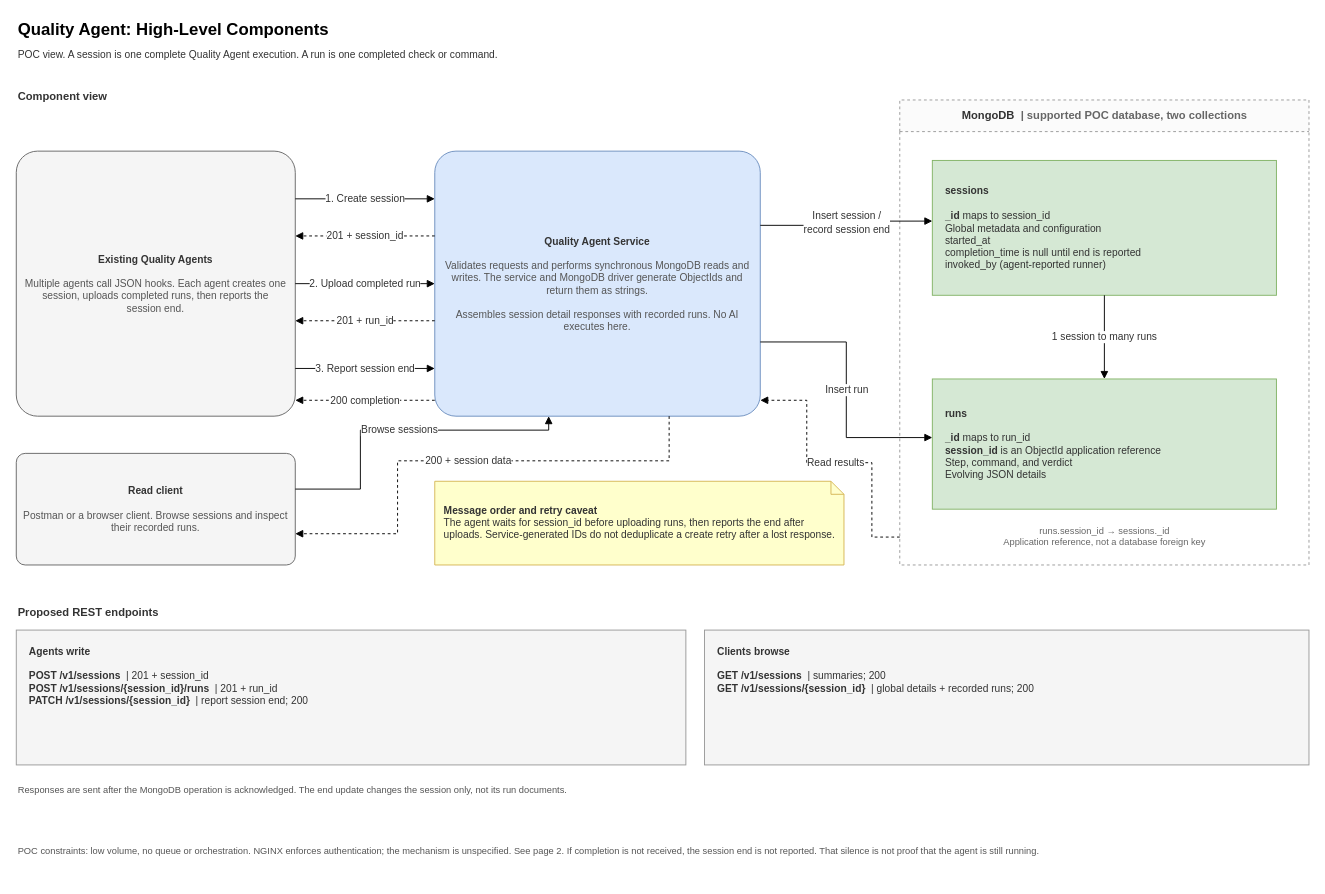
Earlier version of the draw.io diagram page "1. High-Level Components" (1 of 2) of docs/architecture/quality-agent-architecture.drawio (pradeep-ganesh-21/quality-agent-service). Source tidied: cells renumbered, new cells numbered last; positions are measured from the earlier drawing's top-left corner, leaving out a move shared by most shapes. Both pictures are drawn from the tidied source at 93%, with x=0, y=0 at pixel (16, 16).
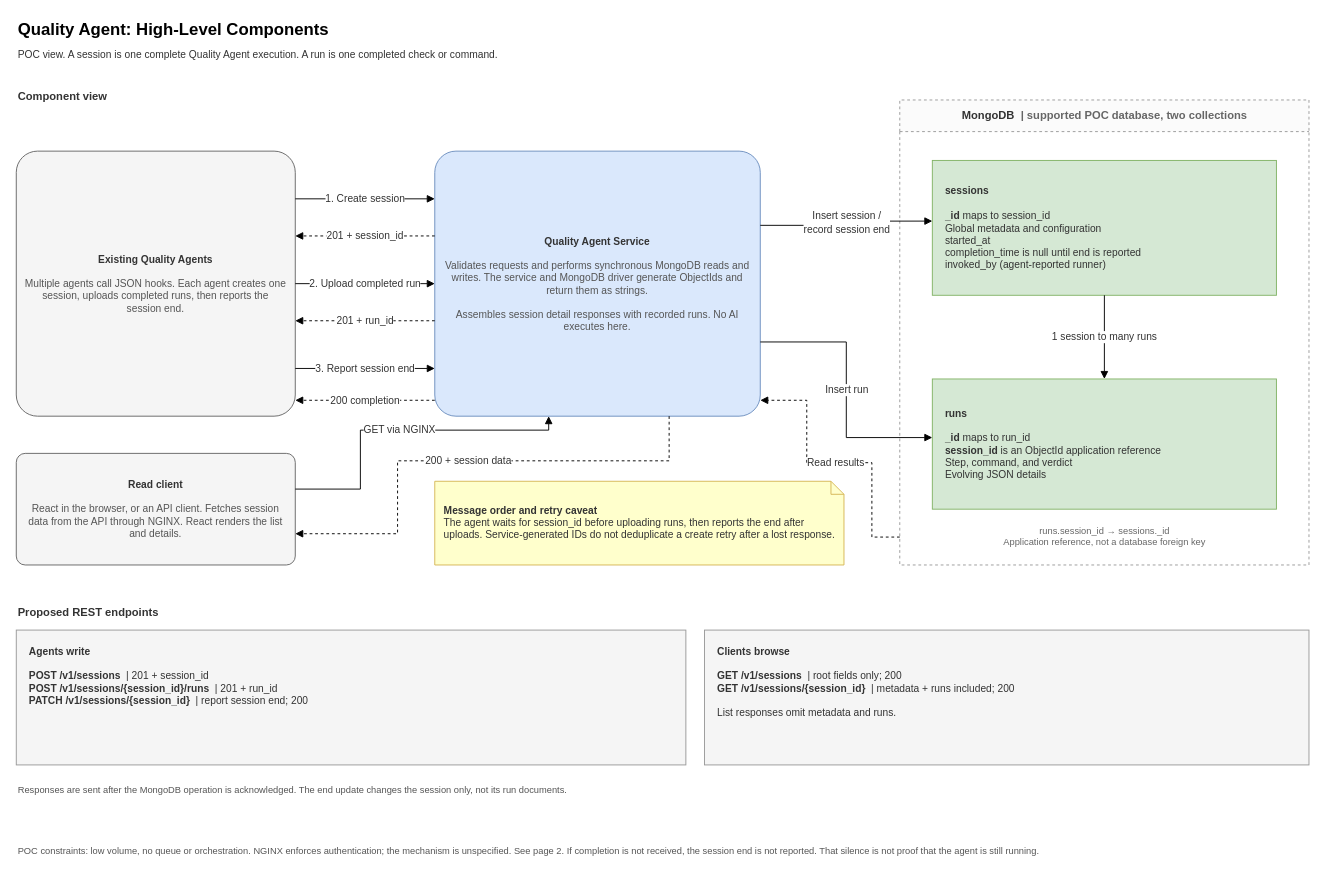
The same page after the edit.

The change refers to these unchanged cells:
```xml
<mxCell id="6" value="&lt;b&gt;Quality Agent Service&lt;/b&gt;&lt;br&gt;&lt;br&gt;&lt;font color=&quot;#555555&quot;&gt;Validates requests and performs synchronous MongoDB reads and writes. The service and MongoDB driver generate ObjectIds and return them as strings.&lt;br&gt;&lt;br&gt;Assembles session detail responses with recorded runs. No AI executes here.&lt;/font&gt;" style="rounded=1;whiteSpace=wrap;html=1;fillColor=#dae8fc;strokeColor=#6c8ebf;align=center;verticalAlign=middle;fontSize=11;arcSize=8;fontColor=#333333;fontFamily=Helvetica;shadow=0;spacing=10;" parent="1" vertex="1">
  <mxGeometry x="450" y="145" width="350" height="285" as="geometry" />
</mxCell>
```

Change to the diagram source:
```diff
@@
-    <mxCell id="7" value="&lt;b&gt;Read client&lt;/b&gt;&lt;br&gt;&lt;br&gt;&lt;font color=&quot;#555555&quot;&gt;Postman or a browser client. Browse sessions and inspect their recorded runs.&lt;/font&gt;" style="rounded=1;whiteSpace=wrap;html=1;fillColor=#f5f5f5;strokeColor=#666666;align=center;verticalAlign=middle;fontSize=11;arcSize=8;fontColor=#333333;fontFamily=Helvetica;shadow=0;spacing=8;" parent="1" vertex="1">
+    <mxCell id="7" value="&lt;b&gt;Read client&lt;/b&gt;&lt;br&gt;&lt;br&gt;&lt;font color=&quot;#555555&quot;&gt;React in the browser, or an API client. Fetches session data from the API through NGINX. React renders the list and details.&lt;/font&gt;" style="rounded=1;whiteSpace=wrap;html=1;fillColor=#f5f5f5;strokeColor=#666666;align=center;verticalAlign=middle;fontSize=11;arcSize=8;fontColor=#333333;fontFamily=Helvetica;shadow=0;spacing=8;" parent="1" vertex="1">
       <mxGeometry y="470" width="300" height="120" as="geometry" />
     </mxCell>
@@
-    <mxCell id="19" value="Browse sessions" style="edgeStyle=orthogonalEdgeStyle;rounded=0;html=1;fontSize=11;labelBackgroundColor=#ffffff;exitX=1;exitY=0.32;entryX=0.35;entryY=1;endArrow=block;endFill=1;fontColor=#333333;fontFamily=Helvetica;shadow=0;" parent="1" edge="1" source="7" target="6">
+    <mxCell id="19" value="GET via NGINX" style="edgeStyle=orthogonalEdgeStyle;rounded=0;html=1;fontSize=11;labelBackgroundColor=#ffffff;exitX=1;exitY=0.32;entryX=0.35;entryY=1;endArrow=block;endFill=1;fontColor=#333333;fontFamily=Helvetica;shadow=0;" parent="1" edge="1" source="7" target="6">
       <mxGeometry relative="1" as="geometry">
         <Array as="points">
           <mxPoint x="370" y="508" />
           <mxPoint x="370" y="445" />
           <mxPoint x="573" y="445" />
         </Array>
       </mxGeometry>
     </mxCell>
@@
-    <mxCell id="27" value="&lt;b&gt;Clients browse&lt;/b&gt;&lt;br&gt;&lt;br&gt;&lt;b&gt;GET /v1/sessions&lt;/b&gt;&amp;nbsp; | summaries; 200&lt;br&gt;&lt;b&gt;GET /v1/sessions/{session_id}&lt;/b&gt;&amp;nbsp; | global details + recorded runs; 200" style="rounded=0;whiteSpace=wrap;html=1;fillColor=#f5f5f5;strokeColor=#999999;align=left;verticalAlign=top;fontSize=11;fontColor=#333333;fontFamily=Helvetica;shadow=0;spacingTop=10;spacingLeft=12;spacingRight=10;" parent="1" vertex="1">
+    <mxCell id="27" value="&lt;b&gt;Clients browse&lt;/b&gt;&lt;br&gt;&lt;br&gt;&lt;b&gt;GET /v1/sessions&lt;/b&gt;&amp;nbsp; | root fields only; 200&lt;br&gt;&lt;b&gt;GET /v1/sessions/{session_id}&lt;/b&gt;&amp;nbsp; | metadata + runs included; 200&lt;br&gt;&lt;br&gt;List responses omit metadata and runs." style="rounded=0;whiteSpace=wrap;html=1;fillColor=#f5f5f5;strokeColor=#999999;align=left;verticalAlign=top;fontSize=11;fontColor=#333333;fontFamily=Helvetica;shadow=0;spacingTop=10;spacingLeft=12;spacingRight=10;" parent="1" vertex="1">
       <mxGeometry x="740" y="660" width="650" height="145" as="geometry" />
     </mxCell>
```
